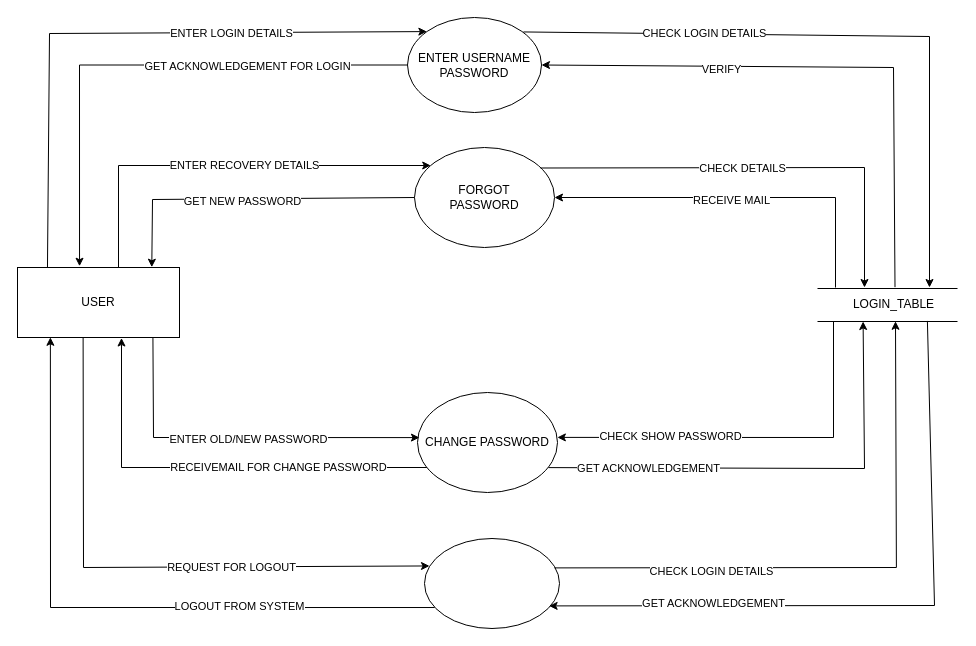
The draw.io diagram page "USER LOGIN" (13 of 14) of Usecase userside.drawio in panchalbhavya2210/gift_documentation, before the edit. Source tidied: cells renumbered, new cells numbered last; positions are measured from the earlier drawing's top-left corner, leaving out a move shared by most shapes. Both pictures are drawn from the tidied source at 100%, with x=0, y=0 at pixel (17, 17).
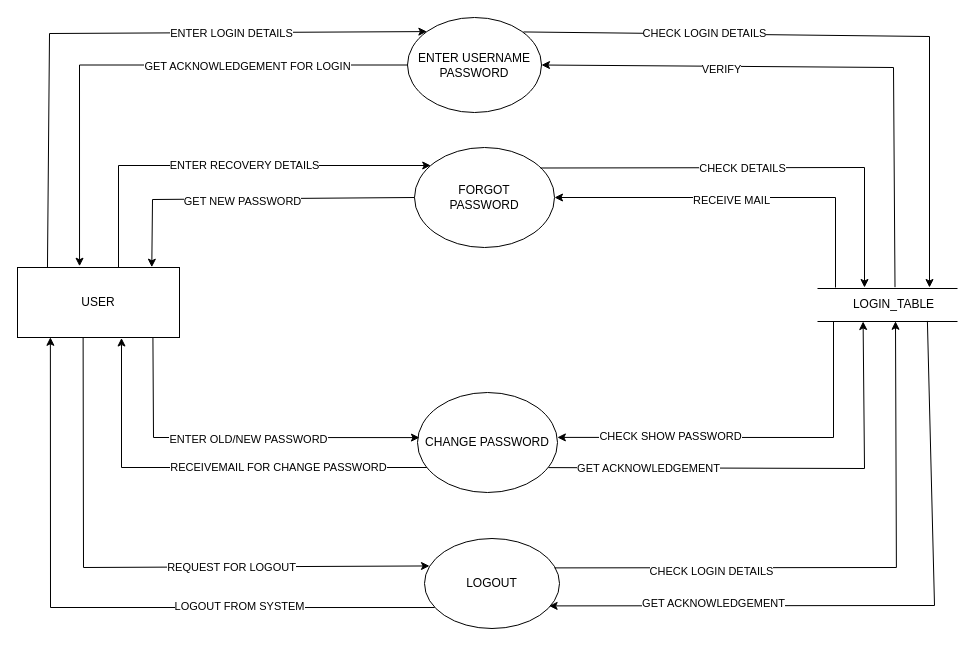
After the change.

What changed in the source:
```diff
@@
-    <mxCell id="10" style="ellipse;whiteSpace=wrap;html=1;" parent="1" vertex="1">
+    <mxCell id="10" value="LOGOUT" style="ellipse;whiteSpace=wrap;html=1;" parent="1" vertex="1">
       <mxGeometry x="407" y="521" width="135" height="90" as="geometry" />
     </mxCell>
```
